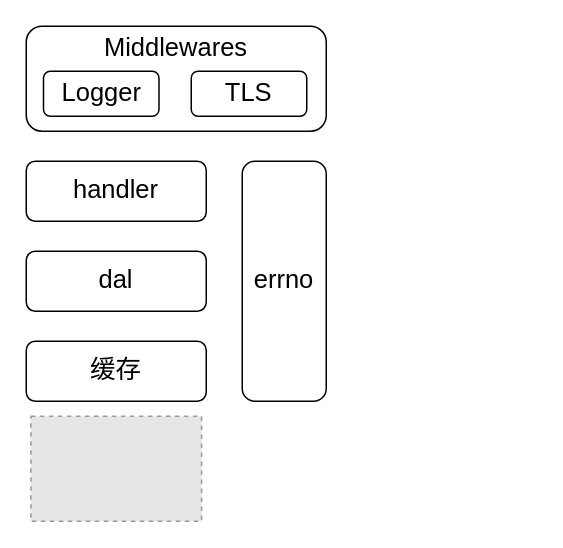
Afeather2017/Afeather-Flowcharts keeps this draw.io diagram as RPC服务端设计图.drawio. Above is the earlier version. Source tidied: cells renumbered, new cells numbered last; positions are measured from the earlier drawing's top-left corner, leaving out a move shared by most shapes. Both pictures are drawn from the tidied source at 150%, with x=0, y=0 at pixel (26, 26). Pictures stored in the file or linked from it are replaced by grey dashed boxes.
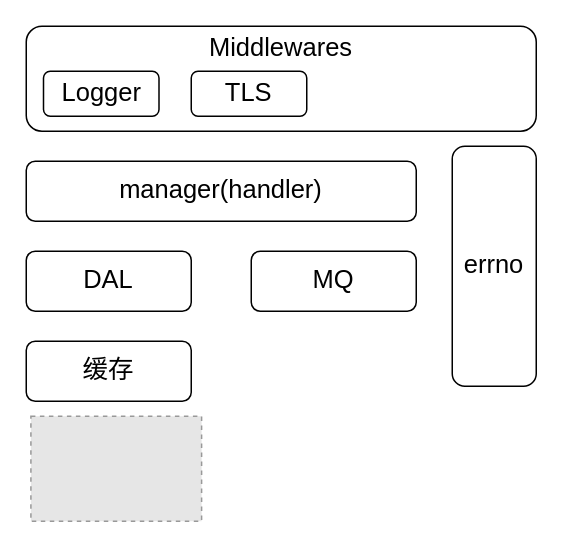
After the change.

Commit message (it also covers changes not shown here):
更新RPC服务端设计图.drawio

What changed in the source:
```diff
@@
 <mxGraphModel>
   <root>
     <mxCell id="0" />
     <mxCell id="1" parent="0" />
     <mxCell id="2" value="Middlewares&lt;br style=&quot;font-size: 17px;&quot;&gt;&lt;br&gt;&lt;br&gt;" style="rounded=1;whiteSpace=wrap;html=1;fillColor=none;fontSize=17;" parent="1" vertex="1">
-      <mxGeometry width="200" height="70" as="geometry" />
+      <mxGeometry width="340" height="70" as="geometry" />
     </mxCell>
     <mxCell id="3" style="fillColor=#E6E6E6;strokeColor=#999999;dashed=1;verticalLabelPosition=bottom;labelBackgroundColor=#ffffff;verticalAlign=top;fontSize=17;" parent="1" vertex="1">
       <mxGeometry x="3.1" y="260" width="113.8" height="70" as="geometry" />
     </mxCell>
-    <mxCell id="4" value="handler" style="rounded=1;whiteSpace=wrap;html=1;fillColor=none;fontSize=17;" parent="1" vertex="1">
-      <mxGeometry y="90" width="120" height="40" as="geometry" />
+    <mxCell id="4" value="manager(handler)" style="rounded=1;whiteSpace=wrap;html=1;fillColor=none;fontSize=17;" parent="1" vertex="1">
+      <mxGeometry y="90" width="260" height="40" as="geometry" />
     </mxCell>
     <mxCell id="5" value="Logger" style="rounded=1;whiteSpace=wrap;html=1;fillColor=none;fontSize=17;" parent="1" vertex="1">
       <mxGeometry x="11.5" y="30" width="77" height="30" as="geometry" />
     </mxCell>
-    <mxCell id="6" value="dal" style="rounded=1;whiteSpace=wrap;html=1;fillColor=none;fontSize=17;" parent="1" vertex="1">
-      <mxGeometry y="150" width="120" height="40" as="geometry" />
+    <mxCell id="6" value="DAL" style="rounded=1;whiteSpace=wrap;html=1;fillColor=none;fontSize=17;" parent="1" vertex="1">
+      <mxGeometry y="150" width="110" height="40" as="geometry" />
     </mxCell>
     <mxCell id="7" value="缓存" style="rounded=1;whiteSpace=wrap;html=1;fillColor=none;fontSize=17;" parent="1" vertex="1">
-      <mxGeometry y="210" width="120" height="40" as="geometry" />
+      <mxGeometry y="210" width="110" height="40" as="geometry" />
     </mxCell>
     <mxCell id="8" value="errno" style="rounded=1;whiteSpace=wrap;html=1;fillColor=none;fontSize=17;" parent="1" vertex="1">
-      <mxGeometry x="144" y="90" width="56" height="160" as="geometry" />
+      <mxGeometry x="284" y="80" width="56" height="160" as="geometry" />
     </mxCell>
     <mxCell id="9" value="TLS" style="rounded=1;whiteSpace=wrap;html=1;fillColor=none;fontSize=17;" parent="1" vertex="1">
       <mxGeometry x="110" y="30" width="77" height="30" as="geometry" />
     </mxCell>
+    <mxCell id="10" value="MQ" style="rounded=1;whiteSpace=wrap;html=1;fillColor=none;fontSize=17;" parent="1" vertex="1">
+      <mxGeometry x="150" y="150" width="110" height="40" as="geometry" />
+    </mxCell>
   </root>
 </mxGraphModel>
```
